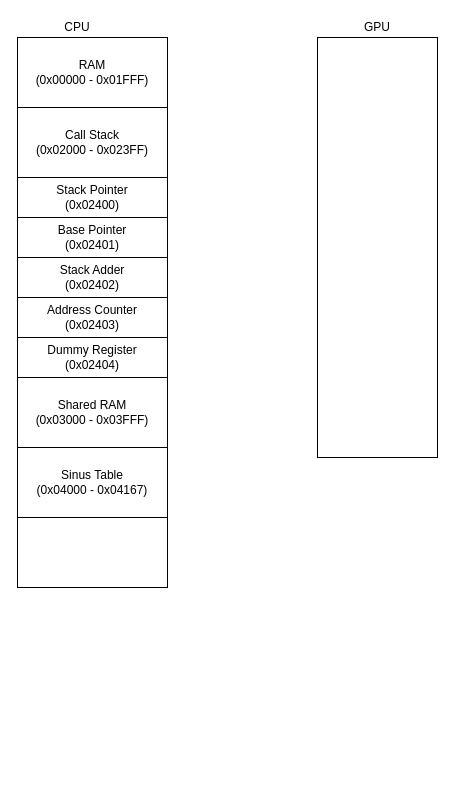
Devdevdavid/ProceXeirb keeps this draw.io diagram as doc/schema_and_logo/plageAdresse.drawio. Above is the earlier version. Source tidied: cells renumbered, new cells numbered last; positions are measured from the earlier drawing's top-left corner, leaving out a move shared by most shapes. Both pictures are drawn from the tidied source at 100%, with x=0, y=0 at pixel (17, 17).
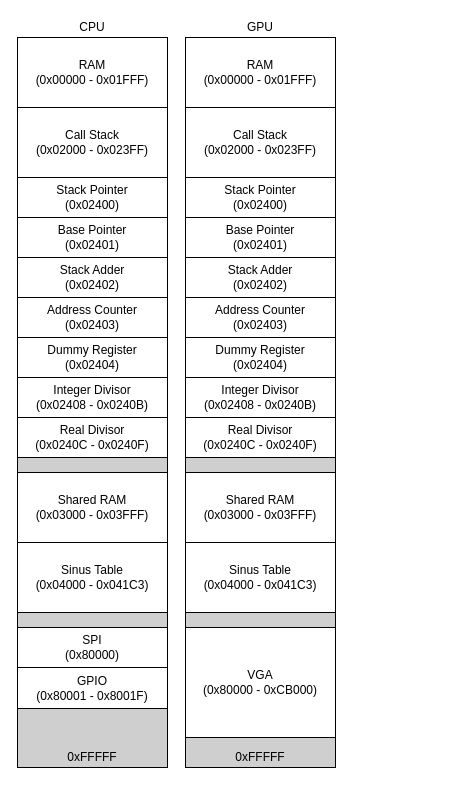
After the change.

What changed in the source:
```diff
@@
-    <mxCell id="2" style="rounded=0;whiteSpace=wrap;html=1;" parent="1" vertex="1">
-      <mxGeometry y="20" width="150" height="550" as="geometry" />
+    <mxCell id="2" style="rounded=0;whiteSpace=wrap;html=1;fillColor=#CFCFCF;" parent="1" vertex="1">
+      <mxGeometry y="20" width="150" height="730" as="geometry" />
     </mxCell>
-    <mxCell id="3" style="rounded=0;whiteSpace=wrap;html=1;" parent="1" vertex="1">
-      <mxGeometry x="300" y="20" width="120" height="420" as="geometry" />
-    </mxCell>
     <mxCell id="4" value="CPU" style="text;html=1;strokeColor=none;fillColor=none;align=center;verticalAlign=middle;whiteSpace=wrap;rounded=0;" parent="1" vertex="1">
-      <mxGeometry x="40" width="40" height="20" as="geometry" />
+      <mxGeometry width="150" height="20" as="geometry" />
     </mxCell>
-    <mxCell id="5" value="GPU" style="text;html=1;strokeColor=none;fillColor=none;align=center;verticalAlign=middle;whiteSpace=wrap;rounded=0;" parent="1" vertex="1">
-      <mxGeometry x="340" width="40" height="20" as="geometry" />
-    </mxCell>
@@
     <mxCell id="13" value="Shared RAM&lt;br&gt;(0x03000 - 0x&lt;span&gt;03FFF)&lt;/span&gt;" style="rounded=0;whiteSpace=wrap;html=1;" parent="1" vertex="1">
-      <mxGeometry y="360" width="150" height="70" as="geometry" />
+      <mxGeometry y="455" width="150" height="70" as="geometry" />
     </mxCell>
-    <mxCell id="14" value="Sinus Table&lt;br&gt;(0x04000 - 0x&lt;span&gt;04167)&lt;/span&gt;" style="rounded=0;whiteSpace=wrap;html=1;" parent="1" vertex="1">
-      <mxGeometry y="430" width="150" height="70" as="geometry" />
+    <mxCell id="14" value="Sinus Table&lt;br&gt;(0x04000 - 0x&lt;span&gt;041C3)&lt;/span&gt;" style="rounded=0;whiteSpace=wrap;html=1;" parent="1" vertex="1">
+      <mxGeometry y="525" width="150" height="70" as="geometry" />
     </mxCell>
+    <mxCell id="15" value="Integer Divisor&lt;br&gt;(0x02408 - 0x0240B)&lt;br&gt;" style="rounded=0;whiteSpace=wrap;html=1;" parent="1" vertex="1">
+      <mxGeometry y="360" width="150" height="40" as="geometry" />
+    </mxCell>
+    <mxCell id="16" value="Real Divisor&lt;br&gt;(0x0240C - 0x0240F)&lt;br&gt;" style="rounded=0;whiteSpace=wrap;html=1;" parent="1" vertex="1">
+      <mxGeometry y="400" width="150" height="40" as="geometry" />
+    </mxCell>
+    <mxCell id="17" value="GPIO&lt;br&gt;(0x80001 - 0x&lt;span&gt;8001F)&lt;/span&gt;" style="rounded=0;whiteSpace=wrap;html=1;" parent="1" vertex="1">
+      <mxGeometry y="650" width="150" height="41" as="geometry" />
+    </mxCell>
+    <mxCell id="18" value="SPI&lt;br&gt;(0x80000&lt;span&gt;)&lt;/span&gt;" style="rounded=0;whiteSpace=wrap;html=1;" parent="1" vertex="1">
+      <mxGeometry y="610" width="150" height="40" as="geometry" />
+    </mxCell>
+    <mxCell id="19" value="0xFFFFF" style="text;html=1;strokeColor=none;fillColor=none;align=center;verticalAlign=middle;whiteSpace=wrap;rounded=0;fontColor=#000000;" parent="1" vertex="1">
+      <mxGeometry y="730" width="150" height="20" as="geometry" />
+    </mxCell>
+    <mxCell id="20" style="rounded=0;whiteSpace=wrap;html=1;fillColor=#CFCFCF;" parent="1" vertex="1">
+      <mxGeometry x="168" y="20" width="150" height="730" as="geometry" />
+    </mxCell>
+    <mxCell id="5" value="GPU" style="text;html=1;strokeColor=none;fillColor=none;align=center;verticalAlign=middle;whiteSpace=wrap;rounded=0;" parent="1" vertex="1">
+      <mxGeometry x="168" width="150" height="20" as="geometry" />
+    </mxCell>
+    <mxCell id="21" value="RAM&lt;br&gt;(0x00000 - 0x&lt;span&gt;01FFF)&lt;/span&gt;" style="rounded=0;whiteSpace=wrap;html=1;" parent="1" vertex="1">
+      <mxGeometry x="168" y="20" width="150" height="70" as="geometry" />
+    </mxCell>
+    <mxCell id="22" value="Call Stack&lt;br&gt;(0x02000 - 0x&lt;span&gt;023FF)&lt;/span&gt;" style="rounded=0;whiteSpace=wrap;html=1;" parent="1" vertex="1">
+      <mxGeometry x="168" y="90" width="150" height="70" as="geometry" />
+    </mxCell>
+    <mxCell id="23" value="Stack Pointer&lt;br&gt;(0x02400&lt;span&gt;)&lt;/span&gt;" style="rounded=0;whiteSpace=wrap;html=1;" parent="1" vertex="1">
+      <mxGeometry x="168" y="160" width="150" height="40" as="geometry" />
+    </mxCell>
+    <mxCell id="24" value="Base Pointer&lt;br&gt;(0x02401&lt;span&gt;)&lt;/span&gt;" style="rounded=0;whiteSpace=wrap;html=1;" parent="1" vertex="1">
+      <mxGeometry x="168" y="200" width="150" height="40" as="geometry" />
+    </mxCell>
+    <mxCell id="25" value="Stack Adder&lt;br&gt;(0x02402&lt;span&gt;)&lt;/span&gt;" style="rounded=0;whiteSpace=wrap;html=1;" parent="1" vertex="1">
+      <mxGeometry x="168" y="240" width="150" height="40" as="geometry" />
+    </mxCell>
+    <mxCell id="26" value="Address Counter&lt;br&gt;(0x02403&lt;span&gt;)&lt;/span&gt;" style="rounded=0;whiteSpace=wrap;html=1;" parent="1" vertex="1">
+      <mxGeometry x="168" y="280" width="150" height="40" as="geometry" />
+    </mxCell>
+    <mxCell id="27" value="Dummy Register&lt;br&gt;(0x02404&lt;span&gt;)&lt;/span&gt;" style="rounded=0;whiteSpace=wrap;html=1;" parent="1" vertex="1">
+      <mxGeometry x="168" y="320" width="150" height="40" as="geometry" />
+    </mxCell>
+    <mxCell id="28" value="Shared RAM&lt;br&gt;(0x03000 - 0x&lt;span&gt;03FFF)&lt;/span&gt;" style="rounded=0;whiteSpace=wrap;html=1;" parent="1" vertex="1">
+      <mxGeometry x="168" y="455" width="150" height="70" as="geometry" />
+    </mxCell>
+    <mxCell id="29" value="Sinus Table&lt;br&gt;(0x04000 - 0x&lt;span&gt;041C3)&lt;/span&gt;" style="rounded=0;whiteSpace=wrap;html=1;" parent="1" vertex="1">
+      <mxGeometry x="168" y="525" width="150" height="70" as="geometry" />
+    </mxCell>
+    <mxCell id="30" value="Integer Divisor&lt;br&gt;(0x02408 - 0x0240B)&lt;br&gt;" style="rounded=0;whiteSpace=wrap;html=1;" parent="1" vertex="1">
+      <mxGeometry x="168" y="360" width="150" height="40" as="geometry" />
+    </mxCell>
+    <mxCell id="31" value="Real Divisor&lt;br&gt;(0x0240C - 0x0240F)&lt;br&gt;" style="rounded=0;whiteSpace=wrap;html=1;" parent="1" vertex="1">
+      <mxGeometry x="168" y="400" width="150" height="40" as="geometry" />
+    </mxCell>
+    <mxCell id="32" value="VGA&lt;br&gt;(0x80000 - 0xCB000&lt;span&gt;)&lt;/span&gt;" style="rounded=0;whiteSpace=wrap;html=1;" parent="1" vertex="1">
+      <mxGeometry x="168" y="610" width="150" height="110" as="geometry" />
+    </mxCell>
+    <mxCell id="33" value="0xFFFFF" style="text;html=1;strokeColor=none;fillColor=none;align=center;verticalAlign=middle;whiteSpace=wrap;rounded=0;fontColor=#000000;" parent="1" vertex="1">
+      <mxGeometry x="168" y="730" width="150" height="20" as="geometry" />
+    </mxCell>
```
